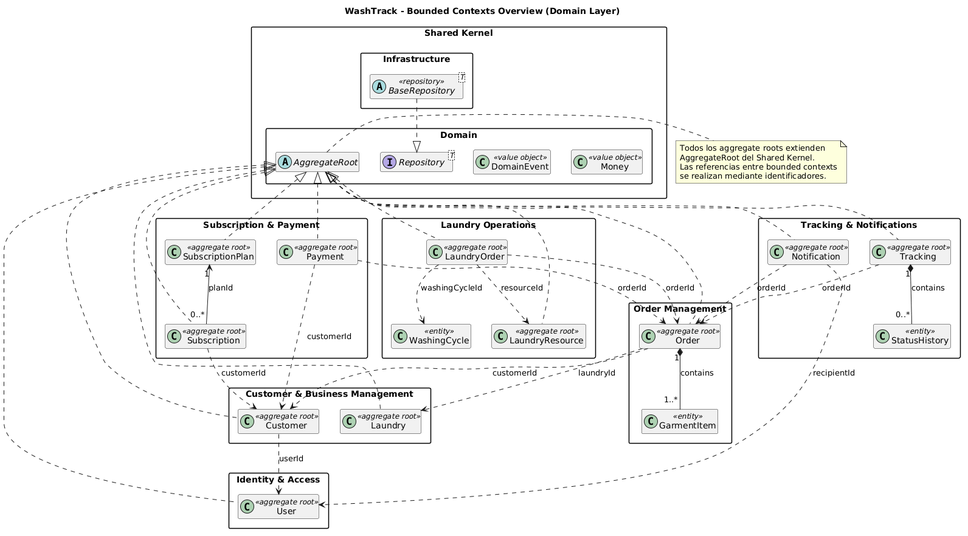
1ASI0730-2620-16129-G2-DevTech/DevTechReport-16129-G2 keeps this PlantUML diagram as assets/img/Chapter4/class-diagram-overview.png. Above is the earlier version.
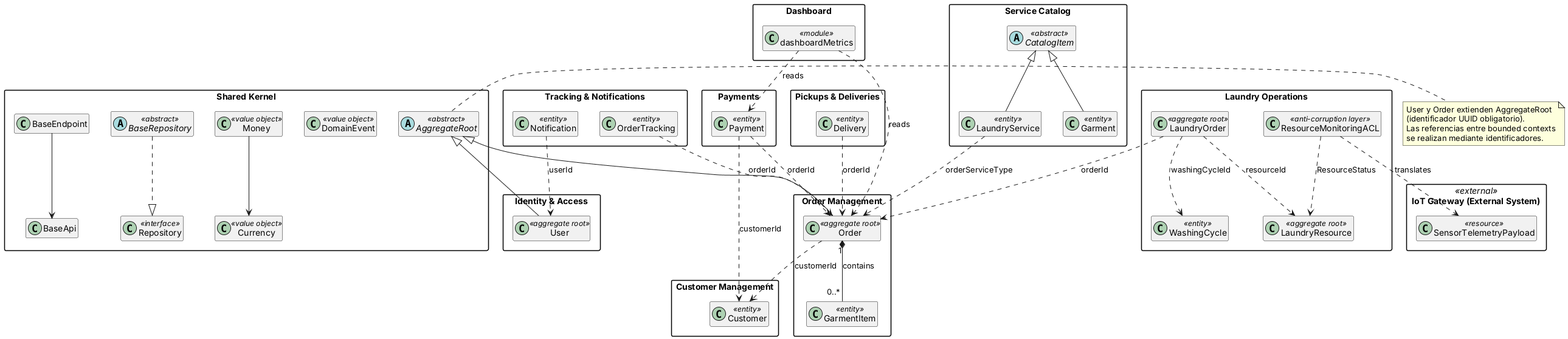
The same file after the commit.

What changed in the source:
```diff
@@ -1,104 +1,93 @@
 @startuml
-title WashTrack - Bounded Contexts Overview (Domain Layer)
-hide methods
-hide attributes
 skinparam packageStyle rectangle
+hide empty members
 
-package "Shared Kernel" {
-  package "Domain" {
-    abstract class AggregateRoot {
-      #id: uuid
-    }
-    interface Repository<T> {
-      +findById(id: uuid): T
-      +save(entity: T): T
-      +update(entity: T): T
-      +delete(id: uuid)
-    }
-    class DomainEvent <<value object>> {
-      -eventId: uuid
-      -occurredAt: timestamp
-    }
-    class Money <<value object>> {
-      -amount: decimal
-      -currency: string
-    }
-  }
-  package "Infrastructure" {
-    abstract class BaseRepository<T> <<repository>> {
-      +findById(id: uuid): T
-      +save(entity: T): T
-      +update(entity: T): T
-      +delete(id: uuid)
-    }
-    BaseRepository ..|> Repository
-  }
+package "Shared Kernel" as shared {
+    abstract class AggregateRoot <<abstract>>
+    class Repository <<interface>>
+    class DomainEvent <<value object>>
+    class Money <<value object>>
+    class Currency <<value object>>
+    abstract class BaseRepository <<abstract>>
+    class BaseApi
+    class BaseEndpoint
 }
 
-package "Identity & Access" {
-  class User <<aggregate root>>
+package "Identity & Access" as iam {
+    class User <<aggregate root>>
 }
 
-package "Customer & Business Management" {
-  class Customer <<aggregate root>>
-  class Laundry <<aggregate root>>
+package "Customer Management" as customer_management {
+    class "Customer" as CustomerProfile <<entity>>
 }
 
-package "Order Management" {
-  class Order <<aggregate root>>
-  class GarmentItem <<entity>>
+package "Order Management" as order_management {
+    class Order <<aggregate root>>
+    class GarmentItem <<entity>>
 }
 
-package "Laundry Operations" {
-  class LaundryOrder <<aggregate root>>
-  class WashingCycle <<entity>>
-  class LaundryResource <<aggregate root>>
+package "Laundry Operations" as laundry_operations {
+    class LaundryOrder <<aggregate root>>
+    class LaundryResource <<aggregate root>>
+    class WashingCycle <<entity>>
+    class ResourceMonitoringACL <<anti-corruption layer>>
 }
 
-package "Subscription & Payment" {
-  class Payment <<aggregate root>>
-  class Subscription <<aggregate root>>
-  class SubscriptionPlan <<aggregate root>>
+package "Service Catalog" as service_catalog {
+    abstract class CatalogItem <<abstract>>
+    class LaundryService <<entity>>
+    class Garment <<entity>>
 }
 
-package "Tracking & Notifications" {
-  class Notification <<aggregate root>>
-  class Tracking <<aggregate root>>
-  class StatusHistory <<entity>>
+package "Payments" as payments {
+    class Payment <<entity>>
 }
 
-AggregateRoot <|.. User
-AggregateRoot <|.. Customer
-AggregateRoot <|.. Laundry
-AggregateRoot <|.. Order
-AggregateRoot <|.. LaundryOrder
-AggregateRoot <|.. LaundryResource
-AggregateRoot <|.. Payment
-AggregateRoot <|.. Subscription
-AggregateRoot <|.. SubscriptionPlan
-AggregateRoot <|.. Notification
-AggregateRoot <|.. Tracking
+package "Pickups & Deliveries" as pickups_deliveries {
+    class Delivery <<entity>>
+}
 
-Order "1" *-- "1..*" GarmentItem : contains
-Tracking "1" *-- "0..*" StatusHistory : contains
-SubscriptionPlan "1" <-- "0..*" Subscription : planId
+package "Tracking & Notifications" as tracking_notifications {
+    class OrderTracking <<entity>>
+    class Notification <<entity>>
+}
 
-Order ..> Customer : customerId
-Order ..> Laundry : laundryId
+package "Dashboard" as dashboard {
+    class dashboardMetrics <<module>>
+}
+
+package "IoT Gateway (External System)" as iot <<external>> {
+    class SensorTelemetryPayload <<resource>>
+}
+
+AggregateRoot <|-- User
+AggregateRoot <|-- Order
+Money --> Currency
+BaseRepository ..|> Repository
+BaseEndpoint --> BaseApi
+
+Order "1" *-- "0..*" GarmentItem : contains
+CatalogItem <|-- LaundryService
+CatalogItem <|-- Garment
+
+Order ..> CustomerProfile : customerId
 LaundryOrder ..> Order : orderId
 LaundryOrder ..> WashingCycle : washingCycleId
 LaundryOrder ..> LaundryResource : resourceId
-Payment ..> Customer : customerId
 Payment ..> Order : orderId
-Subscription ..> Customer : customerId
-Notification ..> User : recipientId
-Notification ..> Order : orderId
-Tracking ..> Order : orderId
-Customer ..> User : userId
+Payment ..> CustomerProfile : customerId
+Delivery ..> Order : orderId
+OrderTracking ..> Order : orderId
+Notification ..> User : userId
+LaundryService ..> Order : orderServiceType
+ResourceMonitoringACL ..> SensorTelemetryPayload : translates
+ResourceMonitoringACL ..> LaundryResource : ResourceStatus
+dashboardMetrics ..> Order : reads
+dashboardMetrics ..> Payment : reads
 
 note right of AggregateRoot
-  Todos los aggregate roots extienden
-  AggregateRoot del Shared Kernel.
+  User y Order extienden AggregateRoot
+  (identificador UUID obligatorio).
   Las referencias entre bounded contexts
   se realizan mediante identificadores.
 end note
```
